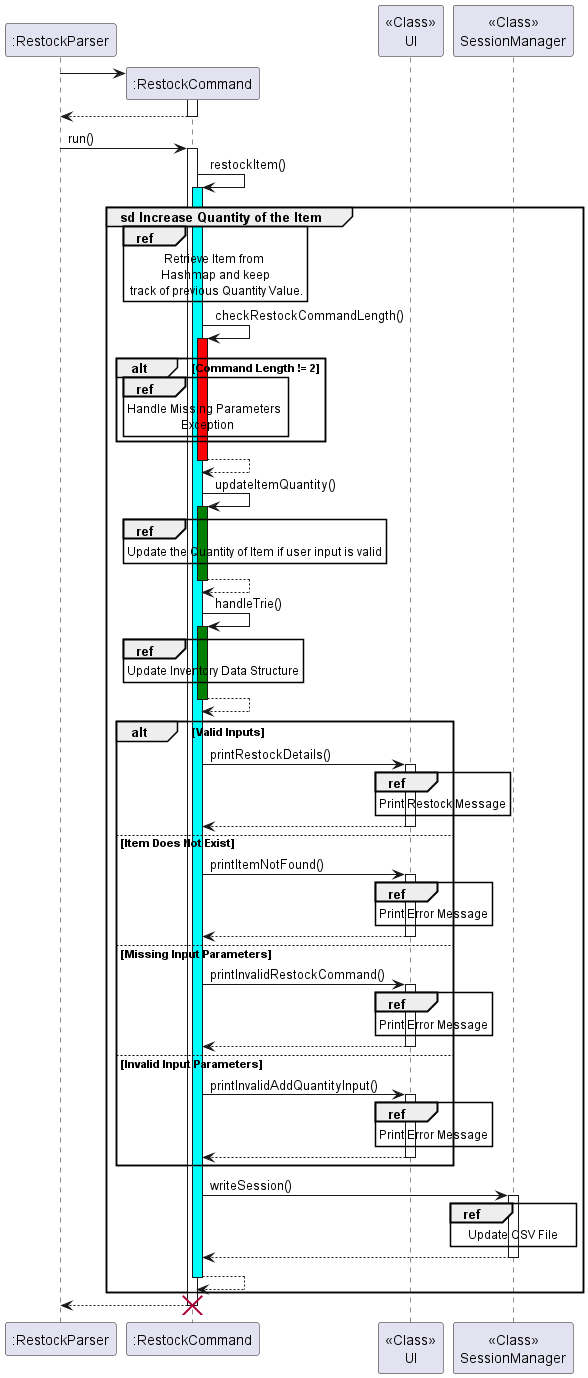
nus-cs2113-AY2223S2/tp keeps this PlantUML diagram as docs/UML/Restock/RestockCommand.png. Above is the earlier version.
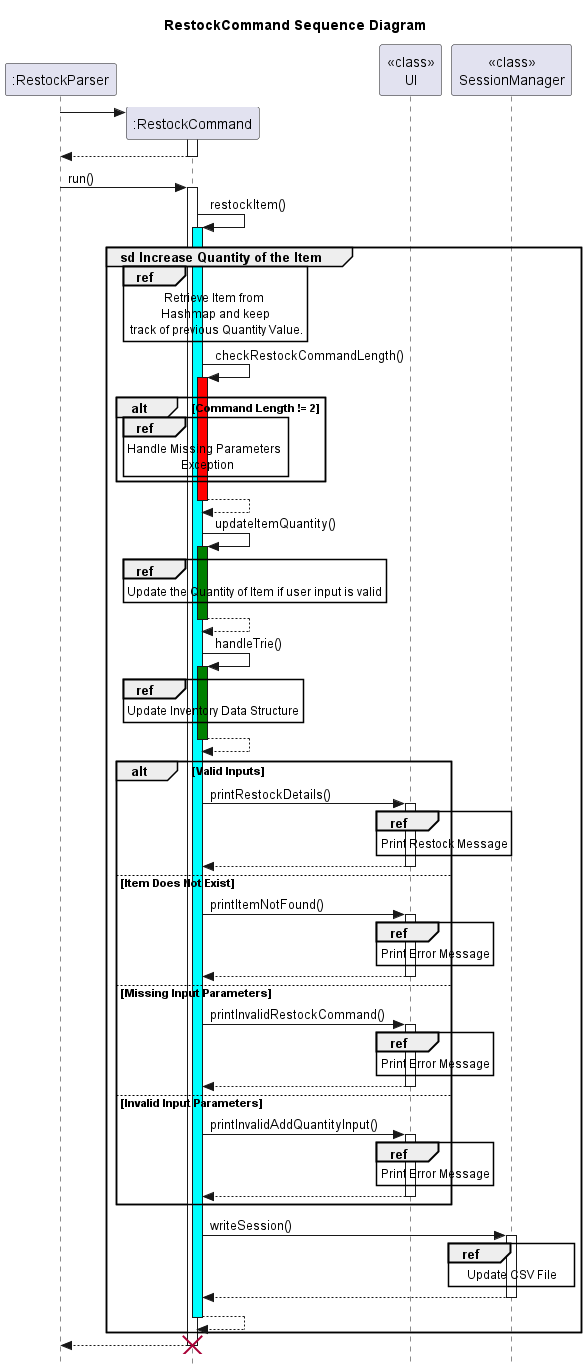
The same diagram one commit later.

The edit, as a diff of the source:
```diff
@@ -1,5 +1,7 @@
 @startuml
+title RestockCommand Sequence Diagram
 
+skinparam style strictuml
 participant ":RestockParser"
 ":RestockParser" -> ":RestockCommand" **
 activate ":RestockCommand"
@@ -43,35 +45,35 @@
 
 
 alt Valid Inputs
-":RestockCommand" -> "<<Class>>\nUI": printRestockDetails()
-activate "<<Class>>\nUI"
-ref over "<<Class>>\nUI": Print Restock Message
-"<<Class>>\nUI" -->":RestockCommand"
-deactivate "<<Class>>\nUI"
+":RestockCommand" -> "<<class>>\nUI": printRestockDetails()
+activate "<<class>>\nUI"
+ref over "<<class>>\nUI": Print Restock Message
+"<<class>>\nUI" -->":RestockCommand"
+deactivate "<<class>>\nUI"
 else Item Does Not Exist
-":RestockCommand" -> "<<Class>>\nUI": printItemNotFound()
-activate "<<Class>>\nUI"
-ref over "<<Class>>\nUI": Print Error Message
-"<<Class>>\nUI"-->":RestockCommand"
-deactivate "<<Class>>\nUI"
+":RestockCommand" -> "<<class>>\nUI": printItemNotFound()
+activate "<<class>>\nUI"
+ref over "<<class>>\nUI": Print Error Message
+"<<class>>\nUI"-->":RestockCommand"
+deactivate "<<class>>\nUI"
 else Missing Input Parameters
-":RestockCommand" -> "<<Class>>\nUI": printInvalidRestockCommand()
-activate "<<Class>>\nUI"
-ref over "<<Class>>\nUI": Print Error Message
-"<<Class>>\nUI"-->":RestockCommand"
-deactivate "<<Class>>\nUI"
+":RestockCommand" -> "<<class>>\nUI": printInvalidRestockCommand()
+activate "<<class>>\nUI"
+ref over "<<class>>\nUI": Print Error Message
+"<<class>>\nUI"-->":RestockCommand"
+deactivate "<<class>>\nUI"
 else Invalid Input Parameters
-":RestockCommand" -> "<<Class>>\nUI": printInvalidAddQuantityInput()
-activate "<<Class>>\nUI"
-ref over "<<Class>>\nUI": Print Error Message
-"<<Class>>\nUI"-->":RestockCommand"
-deactivate "<<Class>>\nUI"
+":RestockCommand" -> "<<class>>\nUI": printInvalidAddQuantityInput()
+activate "<<class>>\nUI"
+ref over "<<class>>\nUI": Print Error Message
+"<<class>>\nUI"-->":RestockCommand"
+deactivate "<<class>>\nUI"
 end
-":RestockCommand" -> "<<Class>>\nSessionManager": writeSession()
-activate "<<Class>>\nSessionManager"
-ref over "<<Class>>\nSessionManager": Update CSV File
-"<<Class>>\nSessionManager" --> ":RestockCommand"
-deactivate "<<Class>>\nSessionManager"
+":RestockCommand" -> "<<class>>\nSessionManager": writeSession()
+activate "<<class>>\nSessionManager"
+ref over "<<class>>\nSessionManager": Update CSV File
+"<<class>>\nSessionManager" --> ":RestockCommand"
+deactivate "<<class>>\nSessionManager"
 ":RestockCommand" --> ":RestockCommand"
 deactivate ":RestockCommand"
 end
```
